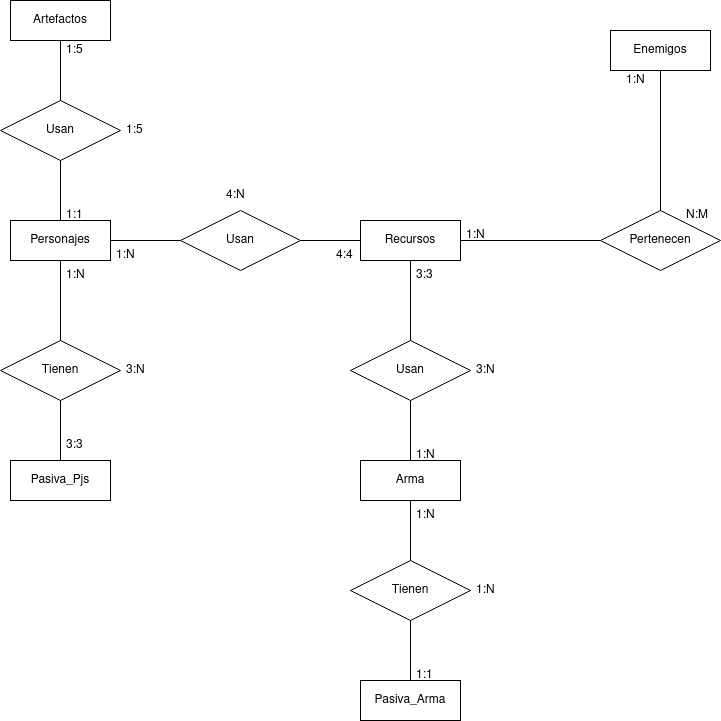
This is Imgs/Diagrama Entidad-Relacion.png from TomNARiz/proyecto-ets-daw, a draw.io export, as it was before one commit. Source tidied: cells renumbered, new cells last; positions are measured from the earlier drawing's top-left corner, leaving out a move shared by most shapes.
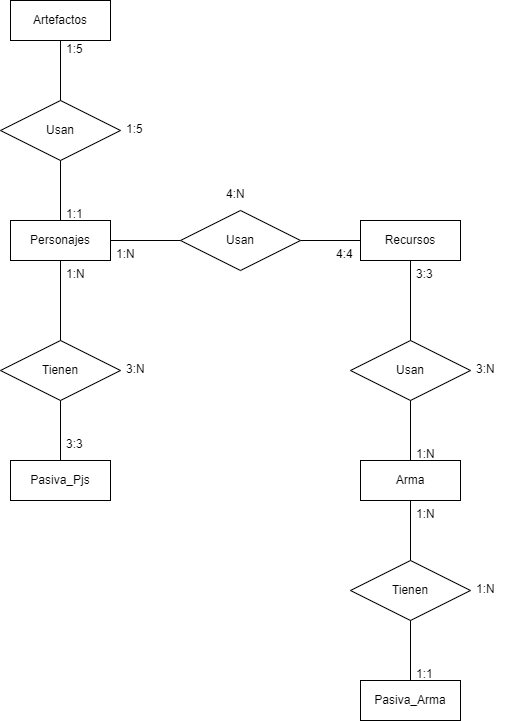
The same diagram one commit later.

Diff of the diagram source:
```diff
@@ -14,15 +14,9 @@
     <mxCell id="5" value="Artefactos" style="whiteSpace=wrap;html=1;align=center;" parent="1" vertex="1">
       <mxGeometry x="10" width="100" height="40" as="geometry" />
     </mxCell>
-    <mxCell id="6" value="Enemigos" style="whiteSpace=wrap;html=1;align=center;" parent="1" vertex="1">
-      <mxGeometry x="610" y="30" width="100" height="40" as="geometry" />
-    </mxCell>
     <mxCell id="7" value="Pasiva_Pjs" style="whiteSpace=wrap;html=1;align=center;" parent="1" vertex="1">
       <mxGeometry x="10" y="460" width="100" height="40" as="geometry" />
     </mxCell>
-    <mxCell id="8" value="Pertenecen" style="shape=rhombus;perimeter=rhombusPerimeter;whiteSpace=wrap;html=1;align=center;" parent="1" vertex="1">
-      <mxGeometry x="600" y="210" width="120" height="60" as="geometry" />
-    </mxCell>
     <mxCell id="9" value="Usan" style="shape=rhombus;perimeter=rhombusPerimeter;whiteSpace=wrap;html=1;align=center;" parent="1" vertex="1">
       <mxGeometry y="100" width="120" height="60" as="geometry" />
     </mxCell>
@@ -59,12 +53,6 @@
     <mxCell id="20" style="endArrow=none;html=1;rounded=0;entryX=1;entryY=0.5;entryDx=0;entryDy=0;exitX=0;exitY=0.5;exitDx=0;exitDy=0;" parent="1" edge="1" source="3" target="10">
       <mxGeometry relative="1" as="geometry" />
     </mxCell>
-    <mxCell id="21" style="endArrow=none;html=1;rounded=0;entryX=0;entryY=0.5;entryDx=0;entryDy=0;exitX=1;exitY=0.5;exitDx=0;exitDy=0;" parent="1" edge="1" source="3" target="8">
-      <mxGeometry relative="1" as="geometry" />
-    </mxCell>
-    <mxCell id="22" style="endArrow=none;html=1;rounded=0;entryX=0.5;entryY=0;entryDx=0;entryDy=0;exitX=0.5;exitY=1;exitDx=0;exitDy=0;" parent="1" edge="1" source="6" target="8">
-      <mxGeometry relative="1" as="geometry" />
-    </mxCell>
     <mxCell id="23" value="Pasiva_Arma" style="whiteSpace=wrap;html=1;align=center;" parent="1" vertex="1">
       <mxGeometry x="360" y="680" width="100" height="40" as="geometry" />
     </mxCell>
@@ -77,9 +65,6 @@
     <mxCell id="26" style="endArrow=none;html=1;rounded=0;exitX=0.5;exitY=1;exitDx=0;exitDy=0;entryX=0.5;entryY=0;entryDx=0;entryDy=0;" parent="1" edge="1" source="24" target="23">
       <mxGeometry relative="1" as="geometry" />
     </mxCell>
-    <mxCell id="27" value="1:N" style="text;strokeColor=none;fillColor=none;spacingLeft=4;spacingRight=4;overflow=hidden;fontSize=12;" parent="1" vertex="1">
-      <mxGeometry x="460" y="220" width="40" height="30" as="geometry" />
-    </mxCell>
     <mxCell id="28" value="1:N" style="text;strokeColor=none;fillColor=none;spacingLeft=4;spacingRight=4;overflow=hidden;fontSize=12;" parent="1" vertex="1">
       <mxGeometry x="410" y="500" width="40" height="30" as="geometry" />
     </mxCell>
@@ -104,9 +89,6 @@
     <mxCell id="35" value="1:1" style="text;strokeColor=none;fillColor=none;spacingLeft=4;spacingRight=4;overflow=hidden;fontSize=12;" parent="1" vertex="1">
       <mxGeometry x="410" y="660" width="40" height="30" as="geometry" />
     </mxCell>
-    <mxCell id="36" value="1:N" style="text;strokeColor=none;fillColor=none;spacingLeft=4;spacingRight=4;overflow=hidden;fontSize=12;" parent="1" vertex="1">
-      <mxGeometry x="620" y="65" width="40" height="30" as="geometry" />
-    </mxCell>
     <mxCell id="37" value="3:N" style="text;strokeColor=none;fillColor=none;spacingLeft=4;spacingRight=4;overflow=hidden;fontSize=12;" parent="1" vertex="1">
       <mxGeometry x="470" y="355" width="40" height="30" as="geometry" />
     </mxCell>
@@ -116,9 +98,6 @@
     <mxCell id="39" value="3:N" style="text;strokeColor=none;fillColor=none;spacingLeft=4;spacingRight=4;overflow=hidden;fontSize=12;" parent="1" vertex="1">
       <mxGeometry x="120" y="355" width="40" height="30" as="geometry" />
     </mxCell>
-    <mxCell id="40" value="N:M" style="text;strokeColor=none;fillColor=none;spacingLeft=4;spacingRight=4;overflow=hidden;fontSize=12;" parent="1" vertex="1">
-      <mxGeometry x="680" y="200" width="40" height="30" as="geometry" />
-    </mxCell>
     <mxCell id="41" value="1:N" style="text;strokeColor=none;fillColor=none;spacingLeft=4;spacingRight=4;overflow=hidden;fontSize=12;" parent="1" vertex="1">
       <mxGeometry x="470" y="575" width="40" height="30" as="geometry" />
     </mxCell>
```
